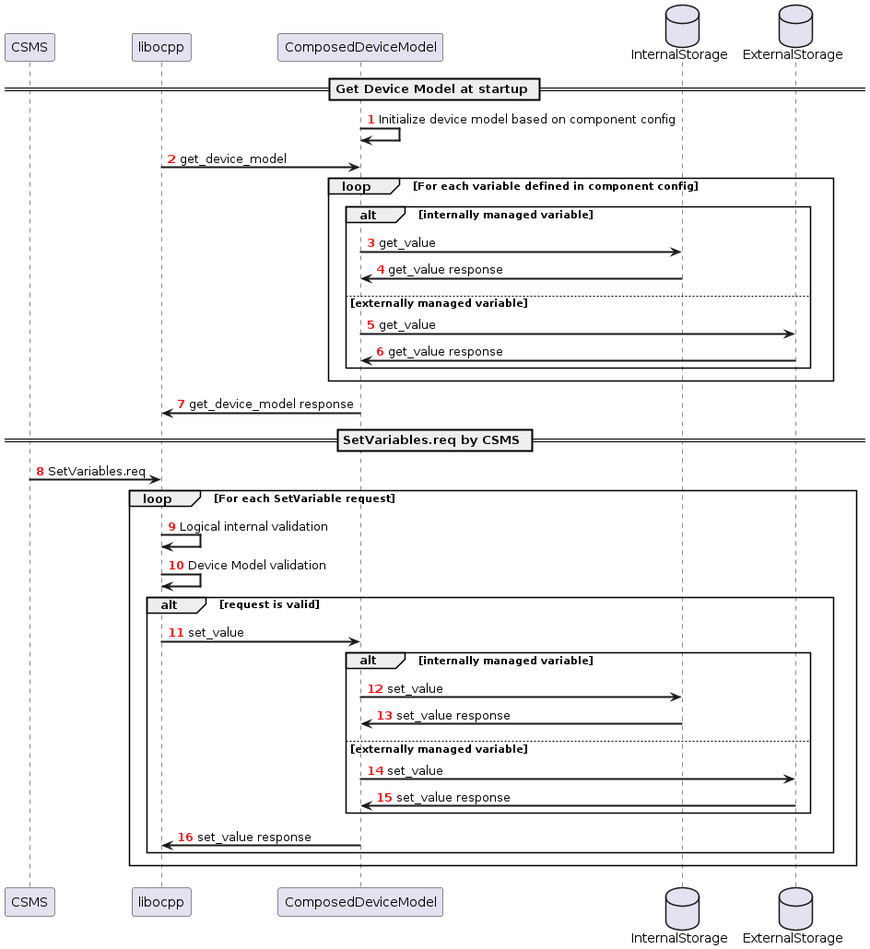
Earlier version of the PlantUML export modules/OCPP201/doc/sequence_config_service_and_ocpp.png (EVerest/everest-core).
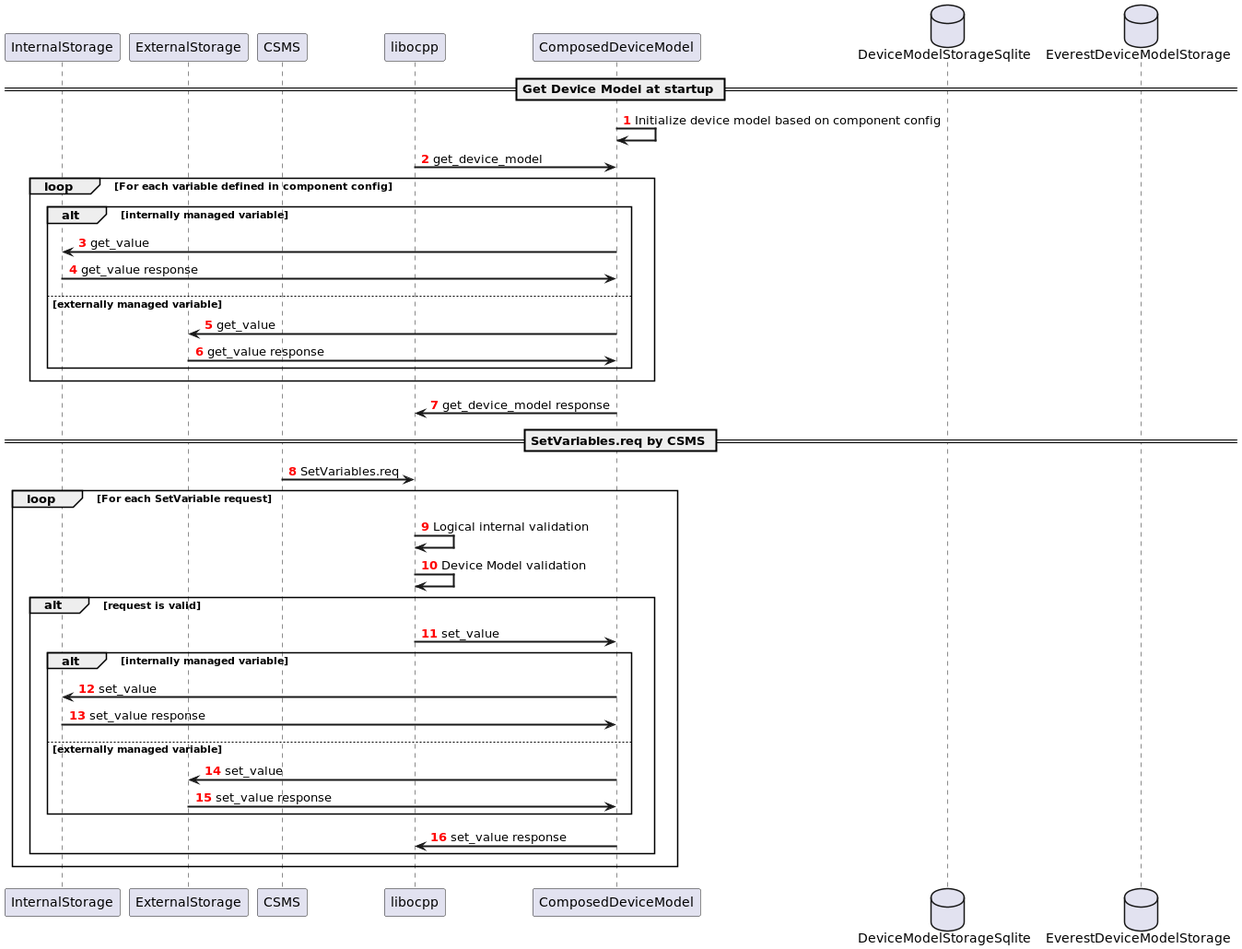
After the change.

Change to the diagram source:
```diff
@@ -3,8 +3,8 @@
 participant CSMS order 10
 participant libocpp order 20
 participant ComposedDeviceModel order 30
-database InternalStorage order 40
-database ExternalStorage order 50
+database DeviceModelStorageSqlite order 40
+database EverestDeviceModelStorage order 50
 
 autonumber "<b><font color=red>"
 skinparam sequenceArrowThickness 2
```
